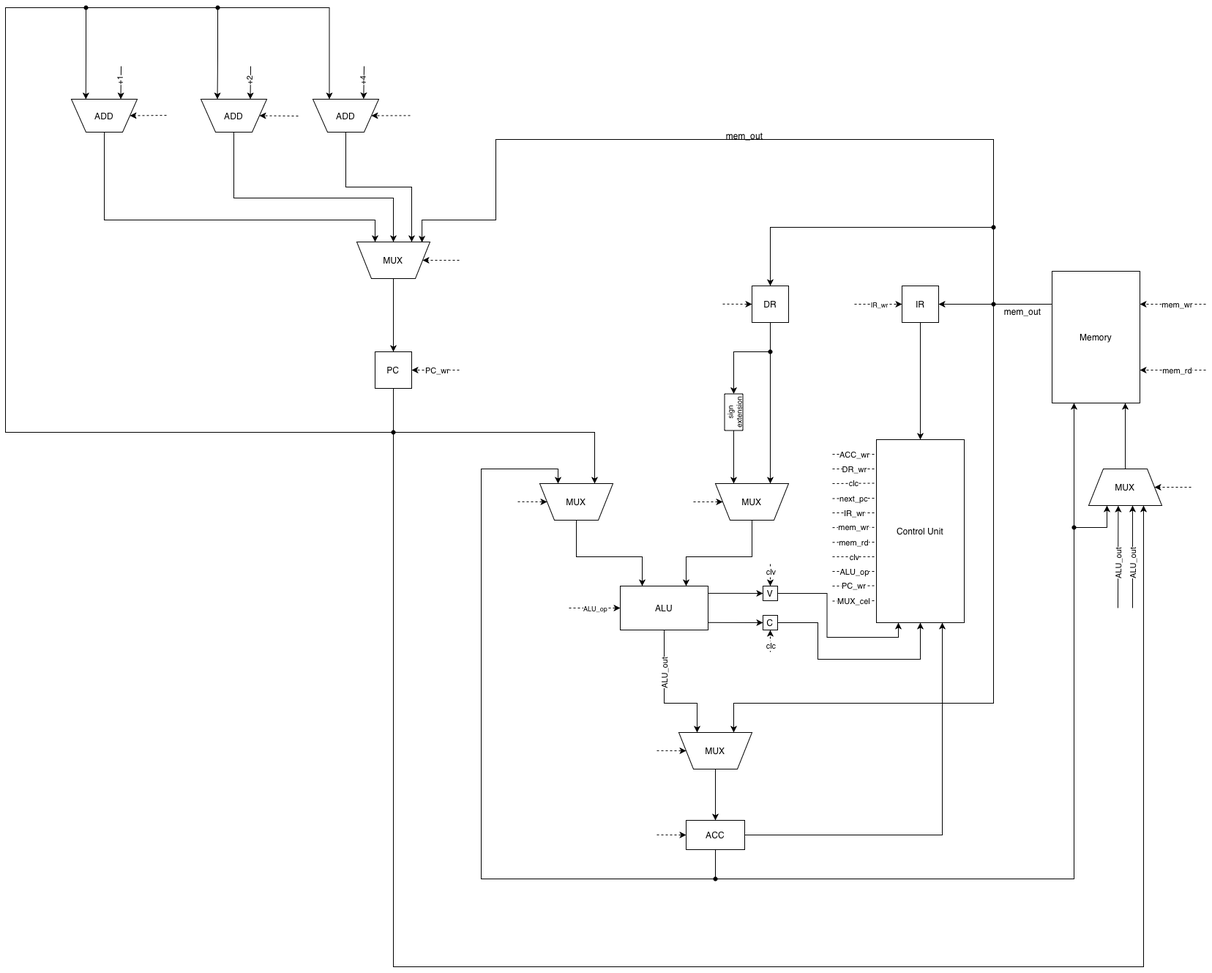
Before: acc32.drawio.png, a diagram exported from draw.io (razgonyaevm/scheme). Source tidied: cells renumbered, new cells last; positions are measured from the earlier drawing's top-left corner, leaving out a move shared by most shapes.
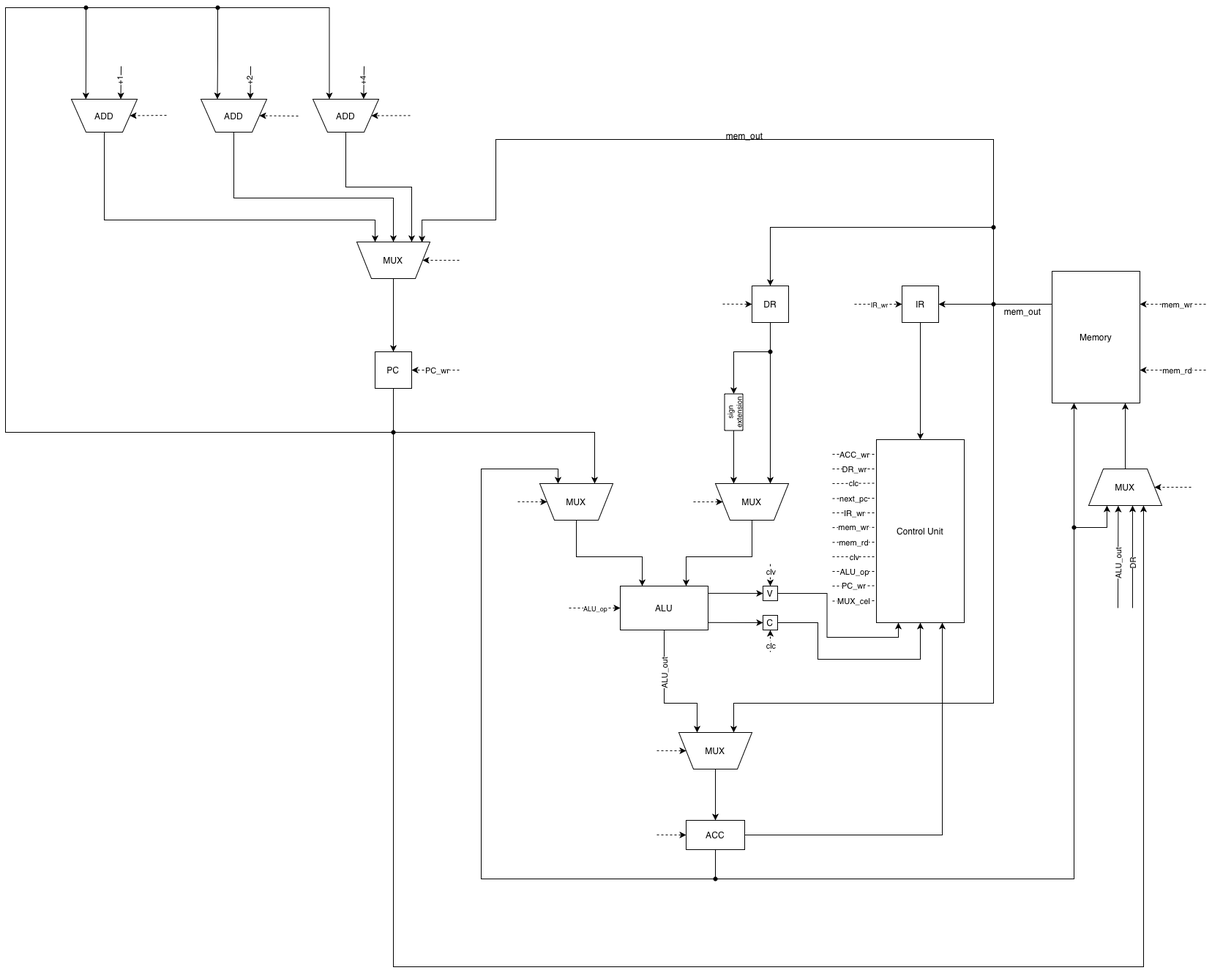
Above is the later version.

Diff of the diagram source:
```diff
@@ -391,7 +391,7 @@
         <mxPoint x="1540" y="690" as="targetPoint" />
       </mxGeometry>
     </mxCell>
-    <mxCell id="93" value="ALU_out" style="edgeLabel;html=1;align=center;verticalAlign=middle;horizontal=0;" parent="92" vertex="1">
+    <mxCell id="93" value="DR" style="edgeLabel;html=1;align=center;verticalAlign=middle;horizontal=0;" parent="92" vertex="1">
       <mxGeometry x="-0.4" relative="1" as="geometry">
         <mxPoint y="-18" as="offset" />
       </mxGeometry>
```
